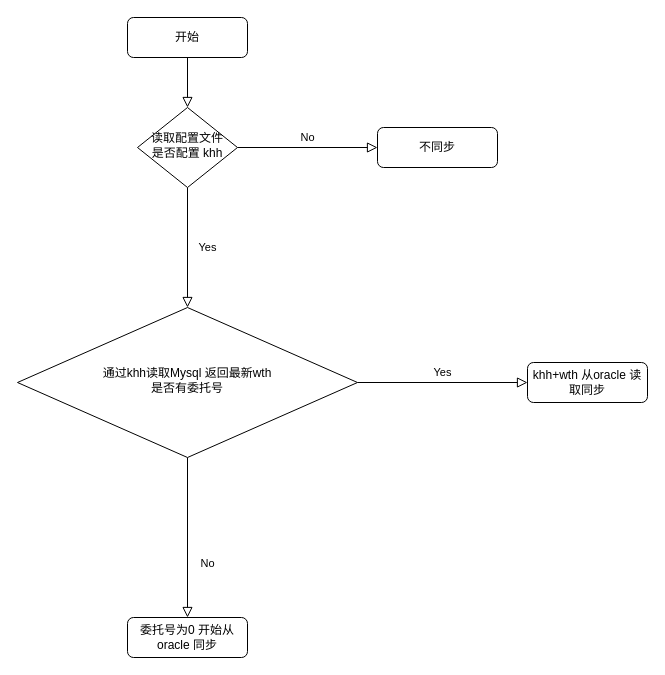
ccccqyc/small.github.io keeps this draw.io diagram as resources/Oracle-Mysql.drawio. Above is the earlier version. Source tidied: cells renumbered, new cells numbered last; positions are measured from the earlier drawing's top-left corner, leaving out a move shared by most shapes. Both pictures are drawn from the tidied source at 100%, with x=0, y=0 at pixel (17, 17).
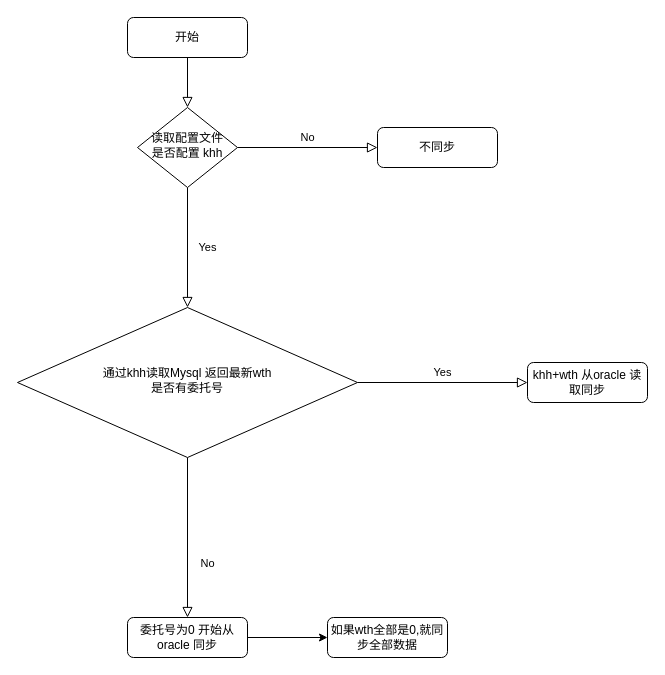
After the change.

Change to the diagram source:
```diff
@@
 <mxGraphModel>
   <root>
     <mxCell id="0" />
     <mxCell id="1" parent="0" />
     <mxCell id="2" style="rounded=0;html=1;jettySize=auto;fontSize=11;endArrow=block;endFill=0;endSize=8;strokeWidth=1;shadow=0;labelBackgroundColor=none;edgeStyle=orthogonalEdgeStyle;" parent="1" edge="1" source="3" target="6">
       <mxGeometry relative="1" as="geometry" />
     </mxCell>
     <mxCell id="3" value="开始" style="rounded=1;whiteSpace=wrap;html=1;fontSize=12;glass=0;strokeWidth=1;shadow=0;" parent="1" vertex="1">
       <mxGeometry x="110" width="120" height="40" as="geometry" />
     </mxCell>
     <mxCell id="4" value="Yes" style="rounded=0;html=1;jettySize=auto;fontSize=11;endArrow=block;endFill=0;endSize=8;strokeWidth=1;shadow=0;labelBackgroundColor=none;edgeStyle=orthogonalEdgeStyle;" parent="1" edge="1" source="6" target="10">
       <mxGeometry y="20" relative="1" as="geometry" />
     </mxCell>
     <mxCell id="5" value="No" style="edgeStyle=orthogonalEdgeStyle;rounded=0;html=1;jettySize=auto;fontSize=11;endArrow=block;endFill=0;endSize=8;strokeWidth=1;shadow=0;labelBackgroundColor=none;" parent="1" edge="1" source="6" target="7">
       <mxGeometry y="10" relative="1" as="geometry" />
     </mxCell>
     <mxCell id="6" value="&lt;div&gt;读取配置文件&lt;/div&gt;&lt;div&gt;是否配置 khh&lt;span style=&quot;white-space: pre&quot;&gt;&lt;/span&gt;&lt;br&gt;&lt;/div&gt;" style="rhombus;whiteSpace=wrap;html=1;shadow=0;fontFamily=Helvetica;fontSize=12;align=center;strokeWidth=1;spacing=6;spacingTop=-4;" parent="1" vertex="1">
       <mxGeometry x="120" y="90" width="100" height="80" as="geometry" />
     </mxCell>
     <mxCell id="7" value="不同步" style="rounded=1;whiteSpace=wrap;html=1;fontSize=12;glass=0;strokeWidth=1;shadow=0;" parent="1" vertex="1">
       <mxGeometry x="360" y="110" width="120" height="40" as="geometry" />
     </mxCell>
     <mxCell id="8" value="No" style="rounded=0;html=1;jettySize=auto;fontSize=11;endArrow=block;endFill=0;endSize=8;strokeWidth=1;shadow=0;labelBackgroundColor=none;edgeStyle=orthogonalEdgeStyle;" parent="1" edge="1" source="10" target="11">
       <mxGeometry x="0.33" y="20" relative="1" as="geometry" />
     </mxCell>
     <mxCell id="9" value="Yes" style="edgeStyle=orthogonalEdgeStyle;rounded=0;html=1;jettySize=auto;fontSize=11;endArrow=block;endFill=0;endSize=8;strokeWidth=1;shadow=0;labelBackgroundColor=none;" parent="1" edge="1" source="10" target="12">
       <mxGeometry y="10" relative="1" as="geometry" />
     </mxCell>
     <mxCell id="10" value="&lt;div&gt;通过khh读取Mysql 返回最新wth&lt;/div&gt;&lt;div&gt;是否有委托号&lt;span style=&quot;white-space: pre&quot;&gt;&lt;/span&gt;&lt;br&gt;&lt;/div&gt;" style="rhombus;whiteSpace=wrap;html=1;shadow=0;fontFamily=Helvetica;fontSize=12;align=center;strokeWidth=1;spacing=6;spacingTop=-4;" parent="1" vertex="1">
       <mxGeometry y="290" width="340" height="150" as="geometry" />
     </mxCell>
+    <mxCell id="13" style="edgeStyle=orthogonalEdgeStyle;rounded=0;jettySize=auto;html=1;" parent="1" edge="1" source="11" target="14">
+      <mxGeometry relative="1" as="geometry" />
+    </mxCell>
     <mxCell id="11" value="委托号为0 开始从oracle 同步" style="rounded=1;whiteSpace=wrap;html=1;fontSize=12;glass=0;strokeWidth=1;shadow=0;" parent="1" vertex="1">
       <mxGeometry x="110" y="600" width="120" height="40" as="geometry" />
     </mxCell>
     <mxCell id="12" value="khh+wth 从oracle 读取同步" style="rounded=1;whiteSpace=wrap;html=1;fontSize=12;glass=0;strokeWidth=1;shadow=0;" parent="1" vertex="1">
       <mxGeometry x="510" y="345" width="120" height="40" as="geometry" />
     </mxCell>
+    <mxCell id="14" value="如果wth全部是0,就同步全部数据" style="rounded=1;whiteSpace=wrap;html=1;fontSize=12;glass=0;strokeWidth=1;shadow=0;" parent="1" vertex="1">
+      <mxGeometry x="310" y="600" width="120" height="40" as="geometry" />
+    </mxCell>
   </root>
 </mxGraphModel>
```
